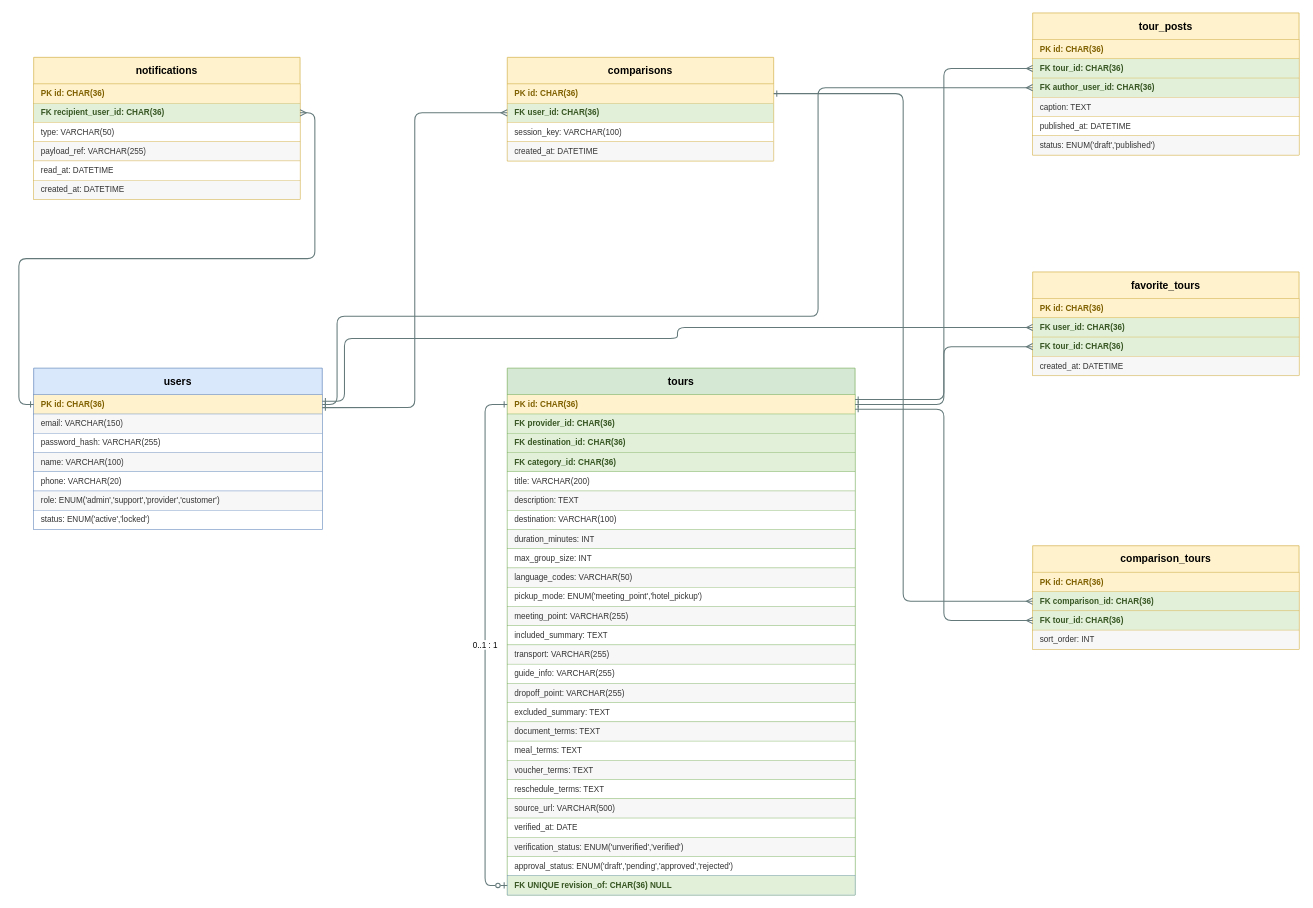
This is page "04 Engagement & Comparison" (4 of 6) of docs/diagram/localtour-erd.drawio from kannar04/LocalTour_Project, a draw.io file, before an edit. Source tidied: cells renumbered, new cells numbered last; positions are measured from the earlier drawing's top-left corner, leaving out a move shared by most shapes. Both pictures are drawn from the tidied source at 74%, with x=0, y=0 at pixel (33, 13).
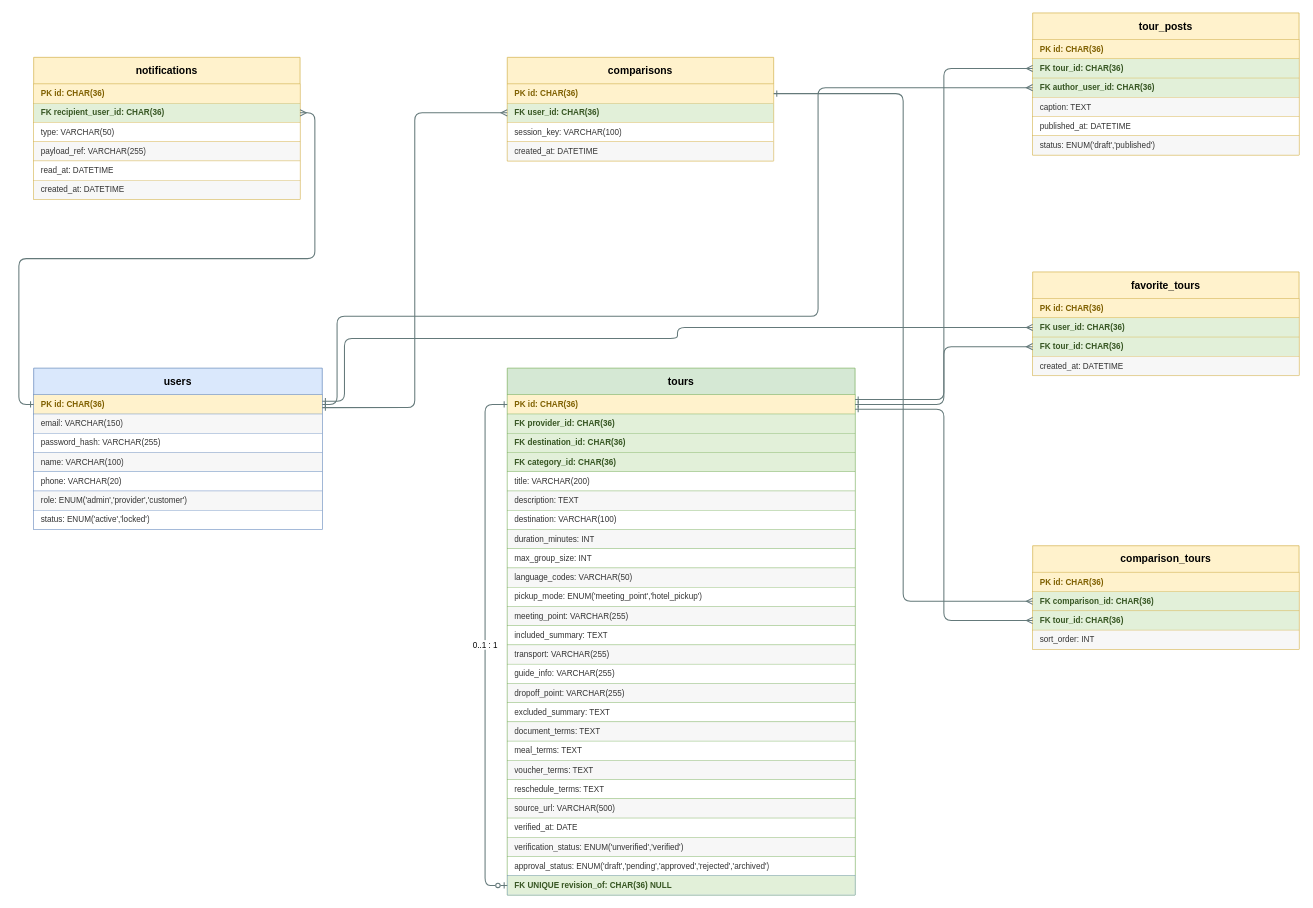
After the change.

The change refers to these unchanged cells:
```xml
<mxCell id="31" value="users" style="swimlane;startSize=36;horizontal=1;rounded=0;html=1;whiteSpace=wrap;fontStyle=1;fontSize=14;align=center;verticalAlign=middle;fillColor=#dae8fc;strokeColor=#6c8ebf;swimlaneFillColor=#ffffff;" parent="1" vertex="1">
  <mxGeometry y="480" width="390" height="218" as="geometry" />
</mxCell>
<mxCell id="39" value="tours" style="swimlane;startSize=36;horizontal=1;rounded=0;html=1;whiteSpace=wrap;fontStyle=1;fontSize=14;align=center;verticalAlign=middle;fillColor=#d5e8d4;strokeColor=#82b366;swimlaneFillColor=#ffffff;" parent="1" vertex="1">
  <mxGeometry x="640" y="480" width="470" height="712" as="geometry" />
</mxCell>
```

What changed in the source:
```diff
@@
-    <mxCell id="37" value="role: ENUM('admin','support','provider','customer')" style="text;html=1;align=left;verticalAlign=middle;spacingLeft=8;whiteSpace=wrap;overflow=hidden;fillColor=#f7f7f7;strokeColor=#6c8ebf;strokeWidth=0.5;fontSize=11;fontStyle=0;fontColor=#333333;" parent="31" vertex="1">
+    <mxCell id="37" value="role: ENUM('admin','provider','customer')" style="text;html=1;align=left;verticalAlign=middle;spacingLeft=8;whiteSpace=wrap;overflow=hidden;fillColor=#f7f7f7;strokeColor=#6c8ebf;strokeWidth=0.5;fontSize=11;fontStyle=0;fontColor=#333333;" parent="31" vertex="1">
       <mxGeometry y="166" width="390" height="26" as="geometry" />
     </mxCell>
@@
-    <mxCell id="64" value="approval_status: ENUM('draft','pending','approved','rejected')" style="text;html=1;align=left;verticalAlign=middle;spacingLeft=8;whiteSpace=wrap;overflow=hidden;fillColor=#ffffff;strokeColor=#82b366;strokeWidth=0.5;fontSize=11;fontStyle=0;fontColor=#333333;" parent="39" vertex="1">
+    <mxCell id="64" value="approval_status: ENUM('draft','pending','approved','rejected','archived')" style="text;html=1;align=left;verticalAlign=middle;spacingLeft=8;whiteSpace=wrap;overflow=hidden;fillColor=#ffffff;strokeColor=#82b366;strokeWidth=0.5;fontSize=11;fontStyle=0;fontColor=#333333;" parent="39" vertex="1">
       <mxGeometry y="660" width="470" height="26" as="geometry" />
     </mxCell>
```
